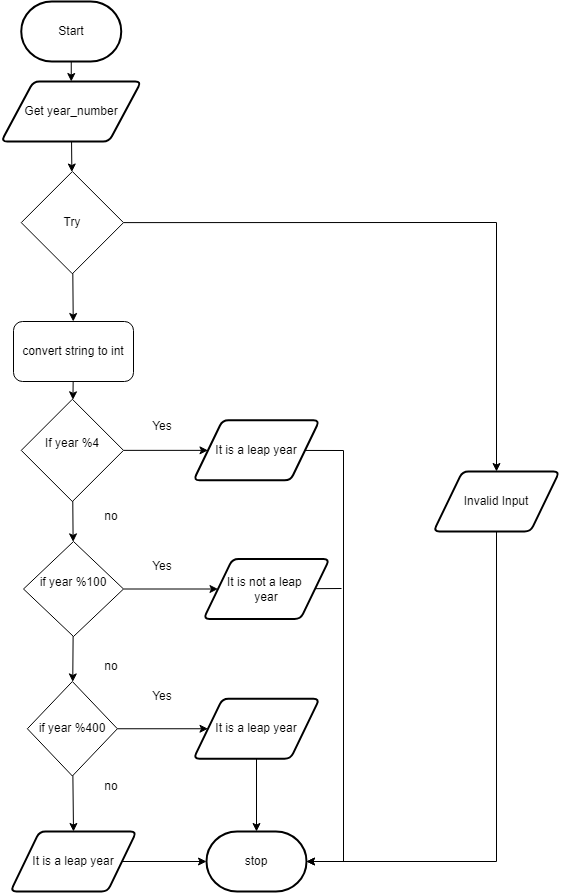
Above: FlowChartV2.png in JacksonNaufal/ICS3U-Unit3-08-Python (draw.io), before the change. Source tidied: cells renumbered, new cells last; positions are measured from the earlier drawing's top-left corner, leaving out a move shared by most shapes.
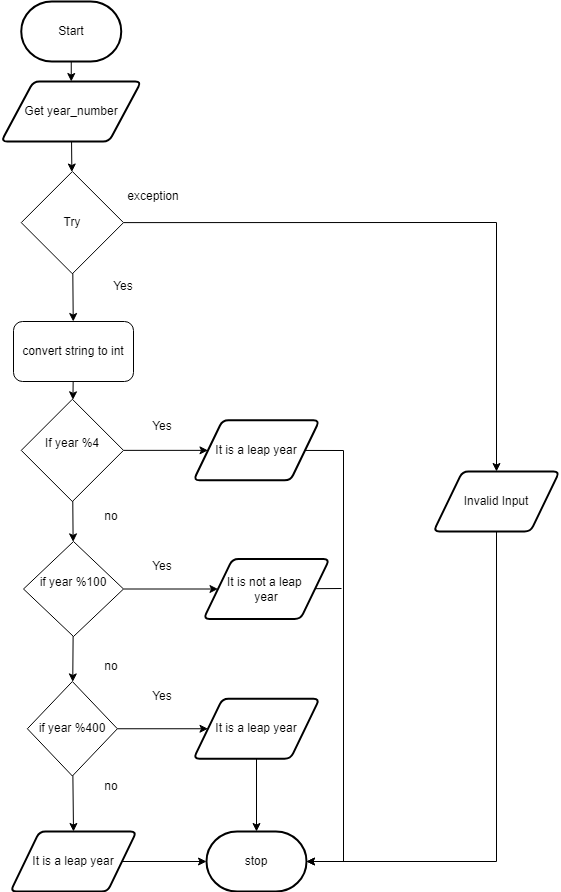
The same diagram one commit later.

Change to the diagram source:
```diff
@@ -122,5 +122,11 @@
     <mxCell id="36" value="Get year_number" style="shape=parallelogram;html=1;strokeWidth=2;perimeter=parallelogramPerimeter;whiteSpace=wrap;rounded=1;arcSize=12;size=0.23;" parent="1" vertex="1">
       <mxGeometry x="-0.2" y="80" width="140" height="60" as="geometry" />
     </mxCell>
+    <mxCell id="37" value="Yes" style="text;html=1;strokeColor=none;fillColor=none;align=center;verticalAlign=middle;whiteSpace=wrap;rounded=0;" parent="1" vertex="1">
+      <mxGeometry x="92" y="270" width="60" height="30" as="geometry" />
+    </mxCell>
+    <mxCell id="38" value="exception" style="text;html=1;strokeColor=none;fillColor=none;align=center;verticalAlign=middle;whiteSpace=wrap;rounded=0;" parent="1" vertex="1">
+      <mxGeometry x="122" y="180" width="60" height="30" as="geometry" />
+    </mxCell>
   </root>
 </mxGraphModel>
```
